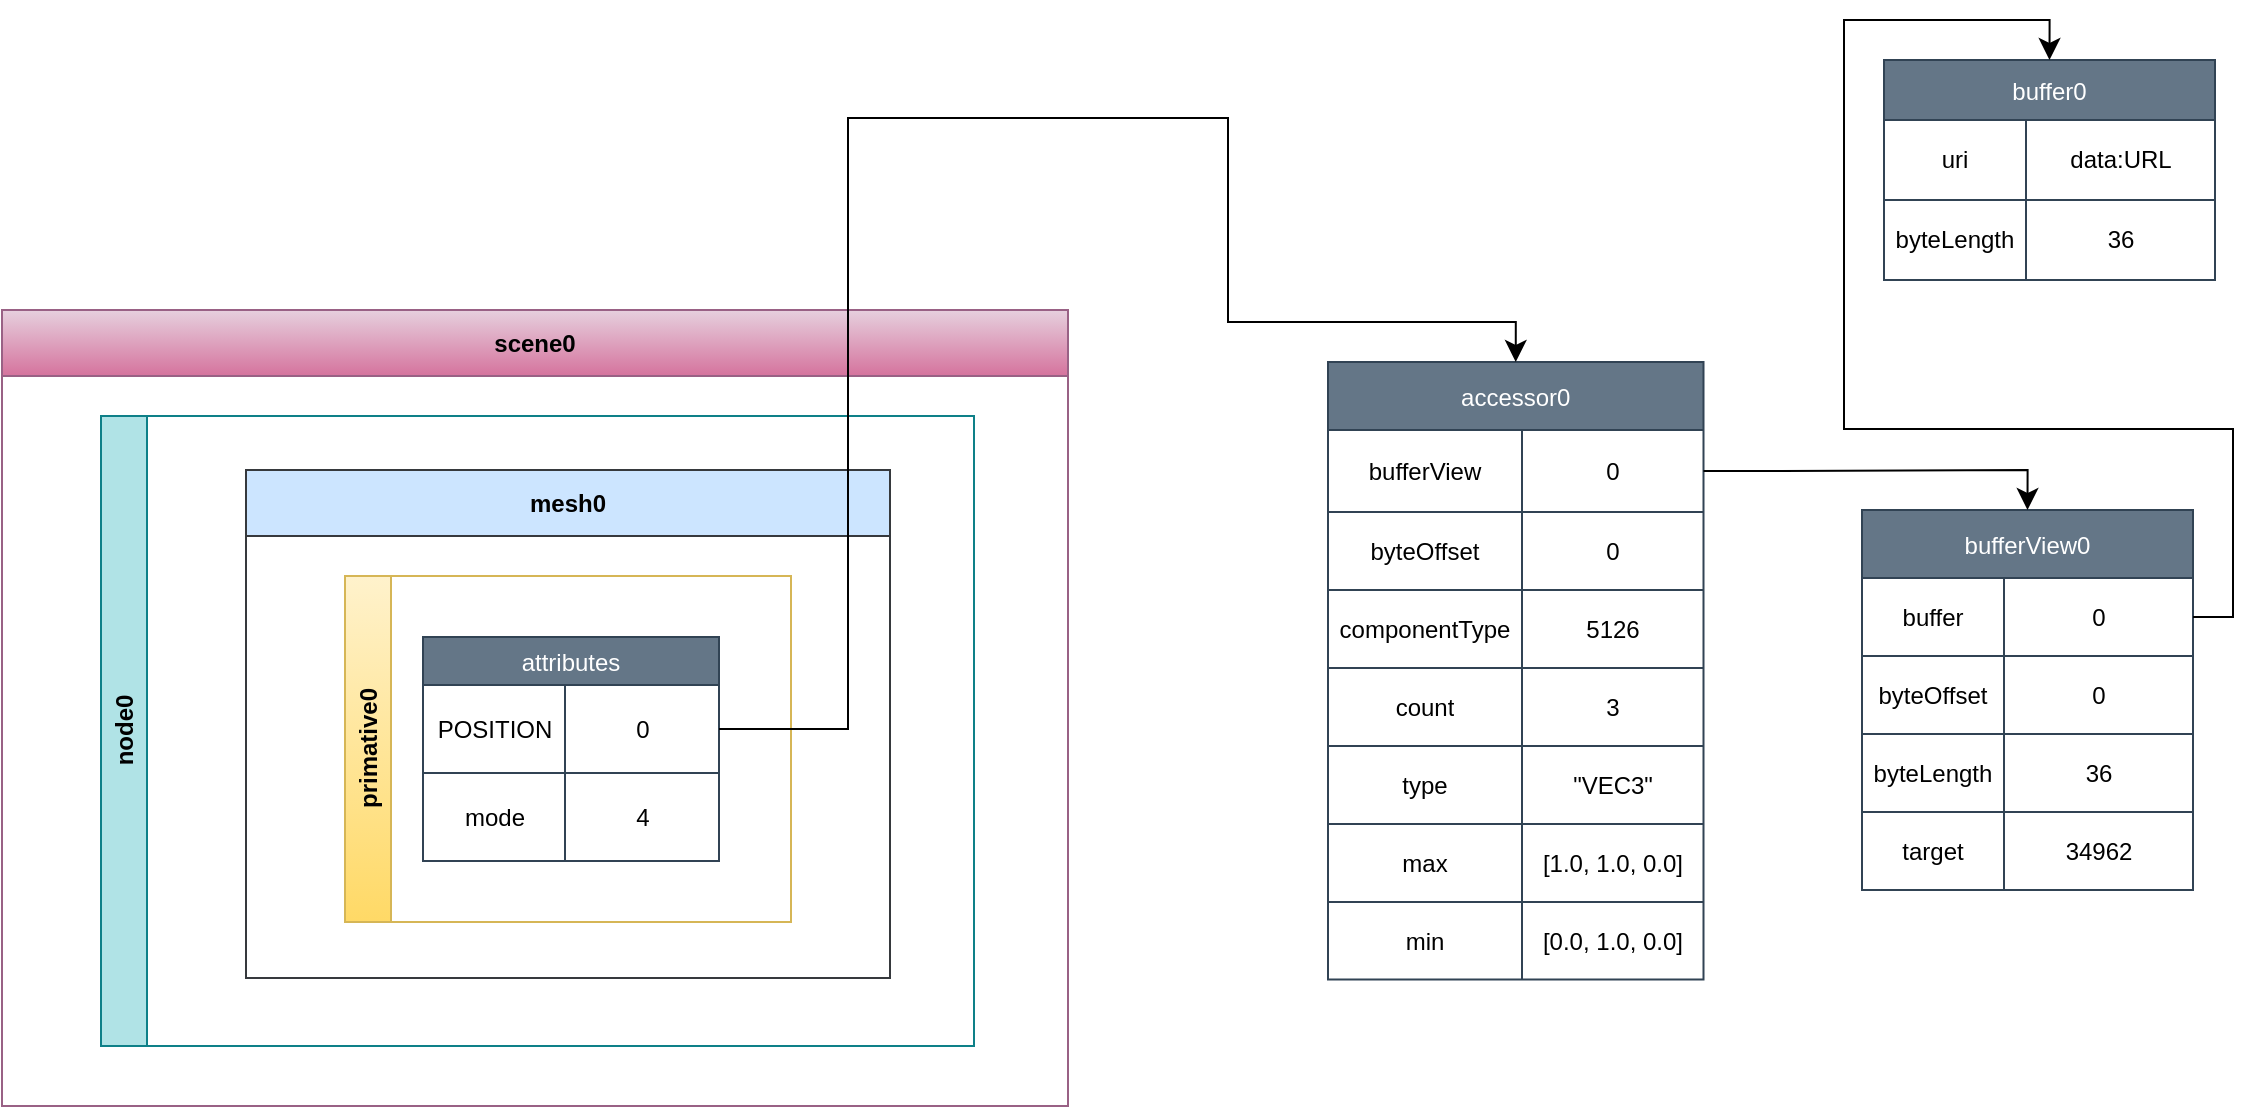
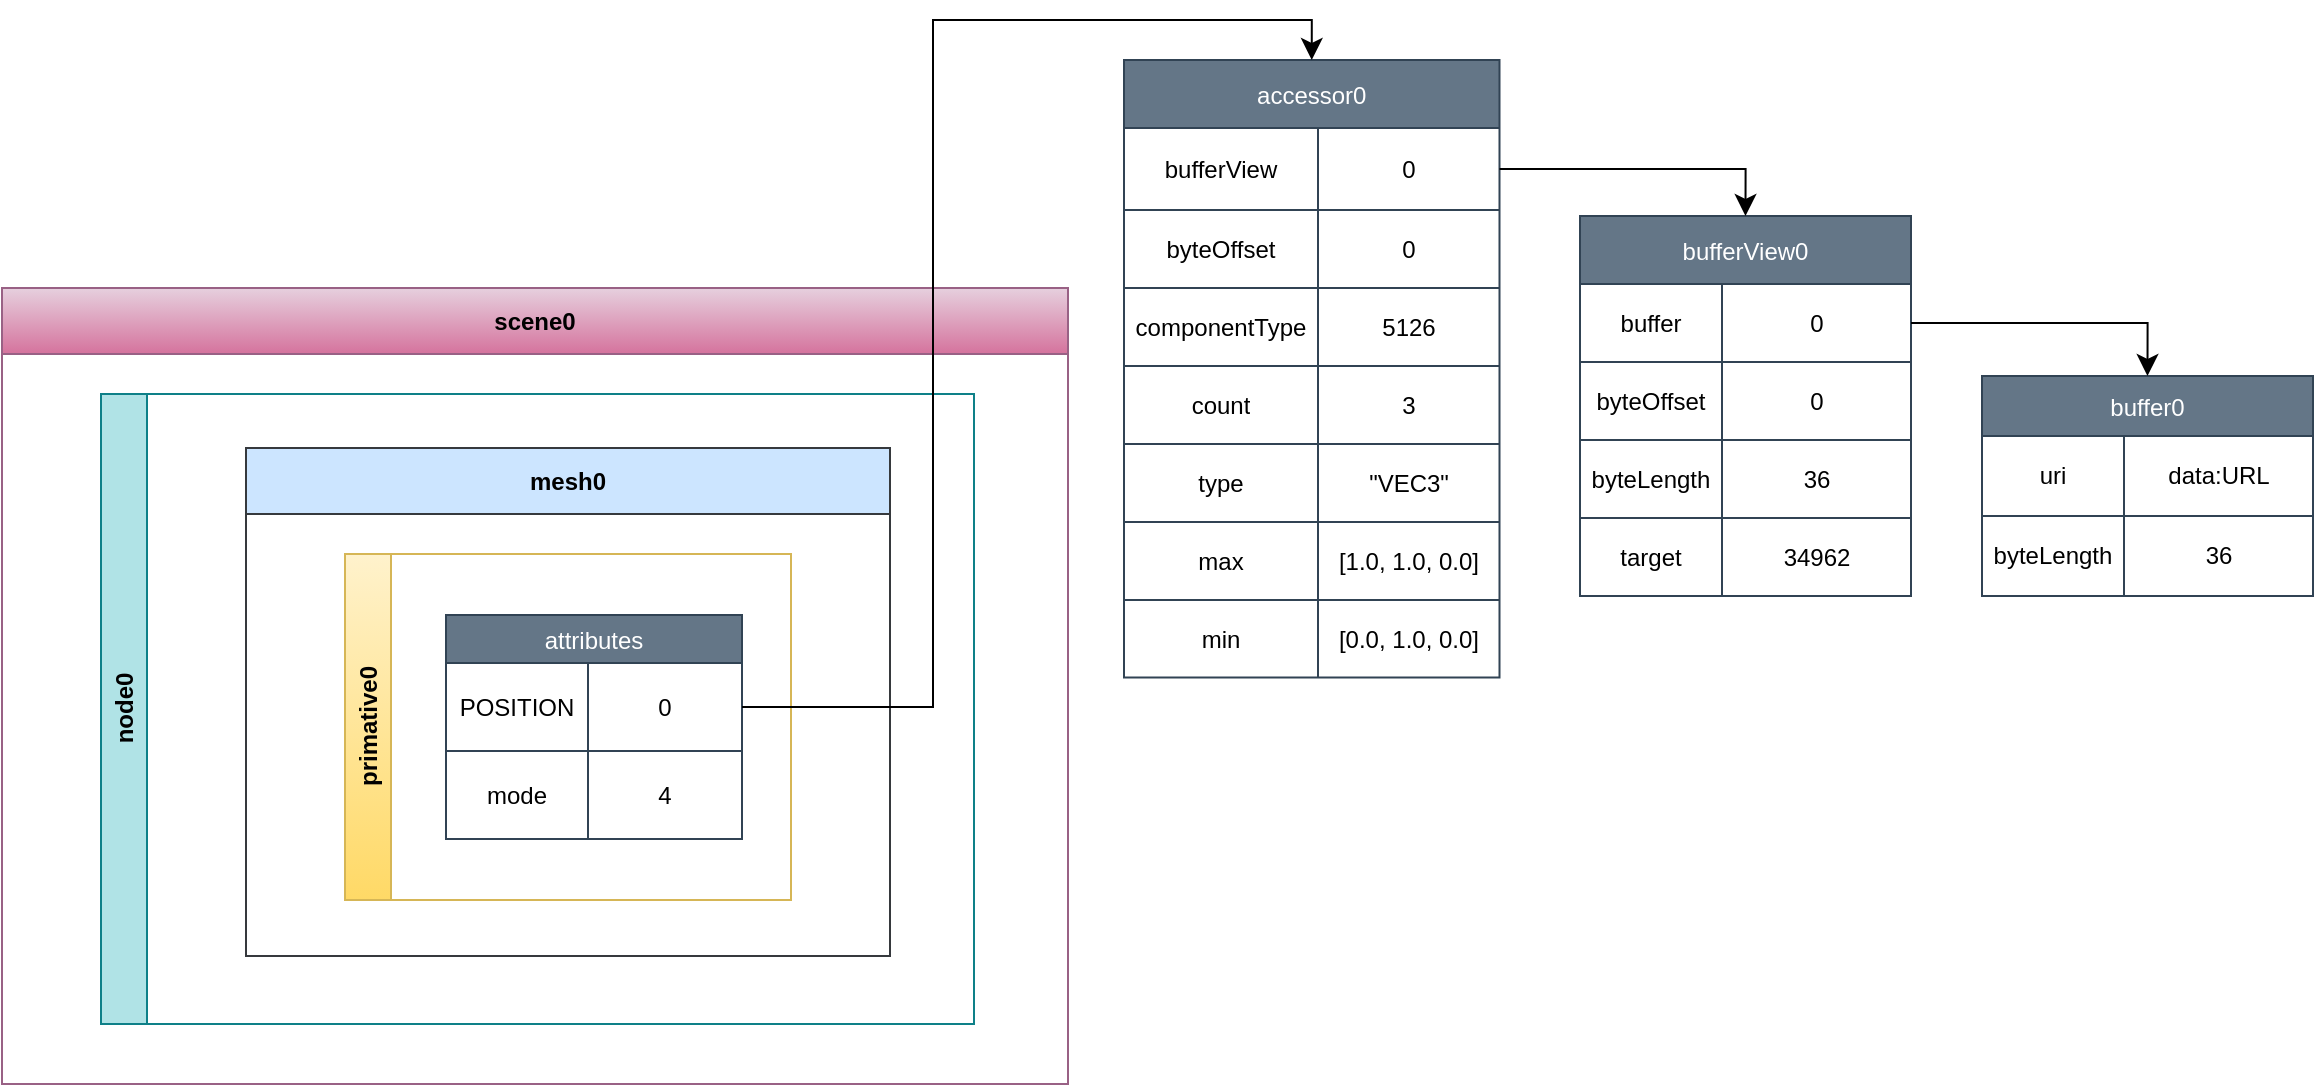
<mxfile host="app.diagrams.net">
  <diagram id="BZvedy4mBk2RI_J5c_5u" name="第 1 页">
-     <mxGraphModel dx="2319" dy="1356" grid="0" gridSize="10" guides="1" tooltips="1" connect="1" arrows="1" fold="1" page="0" pageScale="1" pageWidth="827" pageHeight="1169" math="0" shadow="0">
+     <mxGraphModel dx="2558" dy="1356" grid="0" gridSize="10" guides="1" tooltips="1" connect="1" arrows="1" fold="1" page="0" pageScale="1" pageWidth="827" pageHeight="1169" math="0" shadow="0">
      <root>
        <mxCell id="0" />
        <mxCell id="1" parent="0" />
        <mxCell id="-Ds3_SINnqwqFCvs20sv-1" parent="1" style="shape=table;startSize=30;container=1;collapsible=0;childLayout=tableLayout;fixedHeader=1;fillColor=#647687;fontColor=#ffffff;strokeColor=#314354;" value="buffer0" vertex="1">
-           <mxGeometry height="110" width="165.5" x="-1" y="-129" as="geometry" />
+           <mxGeometry height="110" width="165.5" x="48" y="40" as="geometry" />
        </mxCell>
        <mxCell id="-Ds3_SINnqwqFCvs20sv-2" parent="-Ds3_SINnqwqFCvs20sv-1" style="shape=tableRow;horizontal=0;startSize=0;swimlaneHead=0;swimlaneBody=0;strokeColor=inherit;top=0;left=0;bottom=0;right=0;collapsible=0;dropTarget=0;fillColor=none;points=[[0,0.5],[1,0.5]];portConstraint=eastwest;fixedHeader=1;" value="" vertex="1">
          <mxGeometry height="40" width="165.5" y="30" as="geometry" />
        </mxCell>
        <mxCell id="-Ds3_SINnqwqFCvs20sv-3" parent="-Ds3_SINnqwqFCvs20sv-2" style="shape=partialRectangle;html=1;whiteSpace=wrap;connectable=0;strokeColor=inherit;overflow=hidden;fillColor=none;top=0;left=0;bottom=0;right=0;pointerEvents=1;align=center;" value="uri" vertex="1">
          <mxGeometry height="40" width="71" as="geometry">
            <mxRectangle height="40" width="71" as="alternateBounds" />
          </mxGeometry>
        </mxCell>
        <mxCell id="-Ds3_SINnqwqFCvs20sv-4" parent="-Ds3_SINnqwqFCvs20sv-2" style="shape=partialRectangle;html=1;whiteSpace=wrap;connectable=0;strokeColor=inherit;overflow=hidden;fillColor=none;top=0;left=0;bottom=0;right=0;pointerEvents=1;" value="data:URL" vertex="1">
          <mxGeometry height="40" width="95" x="71" as="geometry">
            <mxRectangle height="40" width="95" as="alternateBounds" />
          </mxGeometry>
        </mxCell>
        <mxCell id="-Ds3_SINnqwqFCvs20sv-5" parent="-Ds3_SINnqwqFCvs20sv-1" style="shape=tableRow;horizontal=0;startSize=0;swimlaneHead=0;swimlaneBody=0;strokeColor=inherit;top=0;left=0;bottom=0;right=0;collapsible=0;dropTarget=0;fillColor=none;points=[[0,0.5],[1,0.5]];portConstraint=eastwest;fixedHeader=1;" value="" vertex="1">
          <mxGeometry height="40" width="165.5" y="70" as="geometry" />
        </mxCell>
        <mxCell id="-Ds3_SINnqwqFCvs20sv-6" parent="-Ds3_SINnqwqFCvs20sv-5" style="shape=partialRectangle;html=1;whiteSpace=wrap;connectable=0;strokeColor=inherit;overflow=hidden;fillColor=none;top=0;left=0;bottom=0;right=0;pointerEvents=1;align=center;" value="byteLength" vertex="1">
          <mxGeometry height="40" width="71" as="geometry">
            <mxRectangle height="40" width="71" as="alternateBounds" />
          </mxGeometry>
        </mxCell>
        <mxCell id="-Ds3_SINnqwqFCvs20sv-7" parent="-Ds3_SINnqwqFCvs20sv-5" style="shape=partialRectangle;html=1;whiteSpace=wrap;connectable=0;strokeColor=inherit;overflow=hidden;fillColor=none;top=0;left=0;bottom=0;right=0;pointerEvents=1;" value="36" vertex="1">
          <mxGeometry height="40" width="95" x="71" as="geometry">
            <mxRectangle height="40" width="95" as="alternateBounds" />
          </mxGeometry>
        </mxCell>
        <mxCell id="IMBELnrVSliVJA-H-ImH-1" parent="1" style="shape=table;startSize=34;container=1;collapsible=0;childLayout=tableLayout;fixedHeader=1;fillColor=#647687;fontColor=#ffffff;strokeColor=#314354;" value="bufferView0" vertex="1">
-           <mxGeometry height="190" width="165.5" x="-12" y="96" as="geometry" />
+           <mxGeometry height="190" width="165.5" x="-153" y="-40" as="geometry" />
        </mxCell>
        <mxCell id="IMBELnrVSliVJA-H-ImH-2" parent="IMBELnrVSliVJA-H-ImH-1" style="shape=tableRow;horizontal=0;startSize=0;swimlaneHead=0;swimlaneBody=0;strokeColor=inherit;top=0;left=0;bottom=0;right=0;collapsible=0;dropTarget=0;fillColor=none;points=[[0,0.5],[1,0.5]];portConstraint=eastwest;fixedHeader=1;" value="" vertex="1">
          <mxGeometry height="39" width="165.5" y="34" as="geometry" />
        </mxCell>
        <mxCell id="IMBELnrVSliVJA-H-ImH-3" parent="IMBELnrVSliVJA-H-ImH-2" style="shape=partialRectangle;html=1;whiteSpace=wrap;connectable=0;strokeColor=inherit;overflow=hidden;fillColor=none;top=0;left=0;bottom=0;right=0;pointerEvents=1;align=center;" value="buffer" vertex="1">
          <mxGeometry height="39" width="71" as="geometry">
            <mxRectangle height="39" width="71" as="alternateBounds" />
          </mxGeometry>
        </mxCell>
        <mxCell id="IMBELnrVSliVJA-H-ImH-4" parent="IMBELnrVSliVJA-H-ImH-2" style="shape=partialRectangle;html=1;whiteSpace=wrap;connectable=0;strokeColor=inherit;overflow=hidden;fillColor=none;top=0;left=0;bottom=0;right=0;pointerEvents=1;" value="0" vertex="1">
          <mxGeometry height="39" width="95" x="71" as="geometry">
            <mxRectangle height="39" width="95" as="alternateBounds" />
          </mxGeometry>
        </mxCell>
        <mxCell id="IMBELnrVSliVJA-H-ImH-5" parent="IMBELnrVSliVJA-H-ImH-1" style="shape=tableRow;horizontal=0;startSize=0;swimlaneHead=0;swimlaneBody=0;strokeColor=inherit;top=0;left=0;bottom=0;right=0;collapsible=0;dropTarget=0;fillColor=none;points=[[0,0.5],[1,0.5]];portConstraint=eastwest;fixedHeader=1;" value="" vertex="1">
          <mxGeometry height="39" width="165.5" y="73" as="geometry" />
        </mxCell>
        <mxCell id="IMBELnrVSliVJA-H-ImH-6" parent="IMBELnrVSliVJA-H-ImH-5" style="shape=partialRectangle;html=1;whiteSpace=wrap;connectable=0;strokeColor=inherit;overflow=hidden;fillColor=none;top=0;left=0;bottom=0;right=0;pointerEvents=1;align=center;" value="byteOffset" vertex="1">
          <mxGeometry height="39" width="71" as="geometry">
            <mxRectangle height="39" width="71" as="alternateBounds" />
          </mxGeometry>
        </mxCell>
        <mxCell id="IMBELnrVSliVJA-H-ImH-7" parent="IMBELnrVSliVJA-H-ImH-5" style="shape=partialRectangle;html=1;whiteSpace=wrap;connectable=0;strokeColor=inherit;overflow=hidden;fillColor=none;top=0;left=0;bottom=0;right=0;pointerEvents=1;" value="0" vertex="1">
          <mxGeometry height="39" width="95" x="71" as="geometry">
            <mxRectangle height="39" width="95" as="alternateBounds" />
          </mxGeometry>
        </mxCell>
        <mxCell id="IMBELnrVSliVJA-H-ImH-8" parent="IMBELnrVSliVJA-H-ImH-1" style="shape=tableRow;horizontal=0;startSize=0;swimlaneHead=0;swimlaneBody=0;strokeColor=inherit;top=0;left=0;bottom=0;right=0;collapsible=0;dropTarget=0;fillColor=none;points=[[0,0.5],[1,0.5]];portConstraint=eastwest;fixedHeader=1;" vertex="1">
          <mxGeometry height="39" width="165.5" y="112" as="geometry" />
        </mxCell>
        <mxCell id="IMBELnrVSliVJA-H-ImH-9" parent="IMBELnrVSliVJA-H-ImH-8" style="shape=partialRectangle;html=1;whiteSpace=wrap;connectable=0;strokeColor=inherit;overflow=hidden;fillColor=none;top=0;left=0;bottom=0;right=0;pointerEvents=1;align=center;" value="byteLength" vertex="1">
          <mxGeometry height="39" width="71" as="geometry">
            <mxRectangle height="39" width="71" as="alternateBounds" />
          </mxGeometry>
        </mxCell>
        <mxCell id="IMBELnrVSliVJA-H-ImH-10" parent="IMBELnrVSliVJA-H-ImH-8" style="shape=partialRectangle;html=1;whiteSpace=wrap;connectable=0;strokeColor=inherit;overflow=hidden;fillColor=none;top=0;left=0;bottom=0;right=0;pointerEvents=1;" value="36" vertex="1">
          <mxGeometry height="39" width="95" x="71" as="geometry">
            <mxRectangle height="39" width="95" as="alternateBounds" />
          </mxGeometry>
        </mxCell>
        <mxCell id="IMBELnrVSliVJA-H-ImH-11" parent="IMBELnrVSliVJA-H-ImH-1" style="shape=tableRow;horizontal=0;startSize=0;swimlaneHead=0;swimlaneBody=0;strokeColor=inherit;top=0;left=0;bottom=0;right=0;collapsible=0;dropTarget=0;fillColor=none;points=[[0,0.5],[1,0.5]];portConstraint=eastwest;fixedHeader=1;" vertex="1">
          <mxGeometry height="39" width="165.5" y="151" as="geometry" />
        </mxCell>
        <mxCell id="IMBELnrVSliVJA-H-ImH-12" parent="IMBELnrVSliVJA-H-ImH-11" style="shape=partialRectangle;html=1;whiteSpace=wrap;connectable=0;strokeColor=inherit;overflow=hidden;fillColor=none;top=0;left=0;bottom=0;right=0;pointerEvents=1;align=center;" value="target" vertex="1">
          <mxGeometry height="39" width="71" as="geometry">
            <mxRectangle height="39" width="71" as="alternateBounds" />
          </mxGeometry>
        </mxCell>
        <mxCell id="IMBELnrVSliVJA-H-ImH-13" parent="IMBELnrVSliVJA-H-ImH-11" style="shape=partialRectangle;html=1;whiteSpace=wrap;connectable=0;strokeColor=inherit;overflow=hidden;fillColor=none;top=0;left=0;bottom=0;right=0;pointerEvents=1;" value="34962" vertex="1">
          <mxGeometry height="39" width="95" x="71" as="geometry">
            <mxRectangle height="39" width="95" as="alternateBounds" />
          </mxGeometry>
        </mxCell>
        <mxCell id="IMBELnrVSliVJA-H-ImH-15" edge="1" parent="1" source="IMBELnrVSliVJA-H-ImH-2" style="edgeStyle=orthogonalEdgeStyle;rounded=0;orthogonalLoop=1;jettySize=auto;html=1;fontSize=12;startSize=8;endSize=8;exitX=1;exitY=0.5;exitDx=0;exitDy=0;entryX=0.5;entryY=0;entryDx=0;entryDy=0;" target="-Ds3_SINnqwqFCvs20sv-1">
          <mxGeometry relative="1" as="geometry" />
        </mxCell>
        <mxCell id="IMBELnrVSliVJA-H-ImH-16" parent="1" style="shape=table;startSize=34;container=1;collapsible=0;childLayout=tableLayout;fixedHeader=1;fillColor=#647687;fontColor=#ffffff;strokeColor=#314354;" value="accessor0" vertex="1">
-           <mxGeometry height="308.75" width="187.75" x="-279" y="22" as="geometry" />
+           <mxGeometry height="308.75" width="187.75" x="-381" y="-118" as="geometry" />
        </mxCell>
        <mxCell id="IMBELnrVSliVJA-H-ImH-17" parent="IMBELnrVSliVJA-H-ImH-16" style="shape=tableRow;horizontal=0;startSize=0;swimlaneHead=0;swimlaneBody=0;strokeColor=inherit;top=0;left=0;bottom=0;right=0;collapsible=0;dropTarget=0;fillColor=none;points=[[0,0.5],[1,0.5]];portConstraint=eastwest;fixedHeader=1;" value="" vertex="1">
          <mxGeometry height="41" width="187.75" y="34" as="geometry" />
        </mxCell>
        <mxCell id="IMBELnrVSliVJA-H-ImH-18" parent="IMBELnrVSliVJA-H-ImH-17" style="shape=partialRectangle;html=1;whiteSpace=wrap;connectable=0;strokeColor=inherit;overflow=hidden;fillColor=none;top=0;left=0;bottom=0;right=0;pointerEvents=1;align=center;" value="bufferView" vertex="1">
          <mxGeometry height="41" width="97" as="geometry">
            <mxRectangle height="41" width="97" as="alternateBounds" />
          </mxGeometry>
        </mxCell>
        <mxCell id="IMBELnrVSliVJA-H-ImH-19" parent="IMBELnrVSliVJA-H-ImH-17" style="shape=partialRectangle;html=1;whiteSpace=wrap;connectable=0;strokeColor=inherit;overflow=hidden;fillColor=none;top=0;left=0;bottom=0;right=0;pointerEvents=1;" value="0" vertex="1">
          <mxGeometry height="41" width="91" x="97" as="geometry">
            <mxRectangle height="41" width="91" as="alternateBounds" />
          </mxGeometry>
        </mxCell>
        <mxCell id="IMBELnrVSliVJA-H-ImH-20" parent="IMBELnrVSliVJA-H-ImH-16" style="shape=tableRow;horizontal=0;startSize=0;swimlaneHead=0;swimlaneBody=0;strokeColor=inherit;top=0;left=0;bottom=0;right=0;collapsible=0;dropTarget=0;fillColor=none;points=[[0,0.5],[1,0.5]];portConstraint=eastwest;fixedHeader=1;" value="" vertex="1">
          <mxGeometry height="39" width="187.75" y="75" as="geometry" />
        </mxCell>
        <mxCell id="IMBELnrVSliVJA-H-ImH-21" parent="IMBELnrVSliVJA-H-ImH-20" style="shape=partialRectangle;html=1;whiteSpace=wrap;connectable=0;strokeColor=inherit;overflow=hidden;fillColor=none;top=0;left=0;bottom=0;right=0;pointerEvents=1;align=center;" value="byteOffset" vertex="1">
          <mxGeometry height="39" width="97" as="geometry">
            <mxRectangle height="39" width="97" as="alternateBounds" />
          </mxGeometry>
        </mxCell>
        <mxCell id="IMBELnrVSliVJA-H-ImH-22" parent="IMBELnrVSliVJA-H-ImH-20" style="shape=partialRectangle;html=1;whiteSpace=wrap;connectable=0;strokeColor=inherit;overflow=hidden;fillColor=none;top=0;left=0;bottom=0;right=0;pointerEvents=1;" value="0" vertex="1">
          <mxGeometry height="39" width="91" x="97" as="geometry">
            <mxRectangle height="39" width="91" as="alternateBounds" />
          </mxGeometry>
        </mxCell>
        <mxCell id="IMBELnrVSliVJA-H-ImH-23" parent="IMBELnrVSliVJA-H-ImH-16" style="shape=tableRow;horizontal=0;startSize=0;swimlaneHead=0;swimlaneBody=0;strokeColor=inherit;top=0;left=0;bottom=0;right=0;collapsible=0;dropTarget=0;fillColor=none;points=[[0,0.5],[1,0.5]];portConstraint=eastwest;fixedHeader=1;" vertex="1">
          <mxGeometry height="39" width="187.75" y="114" as="geometry" />
        </mxCell>
        <mxCell id="IMBELnrVSliVJA-H-ImH-24" parent="IMBELnrVSliVJA-H-ImH-23" style="shape=partialRectangle;html=1;whiteSpace=wrap;connectable=0;strokeColor=inherit;overflow=hidden;fillColor=none;top=0;left=0;bottom=0;right=0;pointerEvents=1;align=center;" value="componentType" vertex="1">
          <mxGeometry height="39" width="97" as="geometry">
            <mxRectangle height="39" width="97" as="alternateBounds" />
          </mxGeometry>
        </mxCell>
        <mxCell id="IMBELnrVSliVJA-H-ImH-25" parent="IMBELnrVSliVJA-H-ImH-23" style="shape=partialRectangle;html=1;whiteSpace=wrap;connectable=0;strokeColor=inherit;overflow=hidden;fillColor=none;top=0;left=0;bottom=0;right=0;pointerEvents=1;" value="5126" vertex="1">
          <mxGeometry height="39" width="91" x="97" as="geometry">
            <mxRectangle height="39" width="91" as="alternateBounds" />
          </mxGeometry>
        </mxCell>
        <mxCell id="IMBELnrVSliVJA-H-ImH-26" parent="IMBELnrVSliVJA-H-ImH-16" style="shape=tableRow;horizontal=0;startSize=0;swimlaneHead=0;swimlaneBody=0;strokeColor=inherit;top=0;left=0;bottom=0;right=0;collapsible=0;dropTarget=0;fillColor=none;points=[[0,0.5],[1,0.5]];portConstraint=eastwest;fixedHeader=1;" vertex="1">
          <mxGeometry height="39" width="187.75" y="153" as="geometry" />
        </mxCell>
        <mxCell id="IMBELnrVSliVJA-H-ImH-27" parent="IMBELnrVSliVJA-H-ImH-26" style="shape=partialRectangle;html=1;whiteSpace=wrap;connectable=0;strokeColor=inherit;overflow=hidden;fillColor=none;top=0;left=0;bottom=0;right=0;pointerEvents=1;align=center;" value="count" vertex="1">
          <mxGeometry height="39" width="97" as="geometry">
            <mxRectangle height="39" width="97" as="alternateBounds" />
          </mxGeometry>
        </mxCell>
        <mxCell id="IMBELnrVSliVJA-H-ImH-28" parent="IMBELnrVSliVJA-H-ImH-26" style="shape=partialRectangle;html=1;whiteSpace=wrap;connectable=0;strokeColor=inherit;overflow=hidden;fillColor=none;top=0;left=0;bottom=0;right=0;pointerEvents=1;" value="3" vertex="1">
          <mxGeometry height="39" width="91" x="97" as="geometry">
            <mxRectangle height="39" width="91" as="alternateBounds" />
          </mxGeometry>
        </mxCell>
        <mxCell id="IMBELnrVSliVJA-H-ImH-29" parent="IMBELnrVSliVJA-H-ImH-16" style="shape=tableRow;horizontal=0;startSize=0;swimlaneHead=0;swimlaneBody=0;strokeColor=inherit;top=0;left=0;bottom=0;right=0;collapsible=0;dropTarget=0;fillColor=none;points=[[0,0.5],[1,0.5]];portConstraint=eastwest;fixedHeader=1;" vertex="1">
          <mxGeometry height="39" width="187.75" y="192" as="geometry" />
        </mxCell>
        <mxCell id="IMBELnrVSliVJA-H-ImH-30" parent="IMBELnrVSliVJA-H-ImH-29" style="shape=partialRectangle;html=1;whiteSpace=wrap;connectable=0;strokeColor=inherit;overflow=hidden;fillColor=none;top=0;left=0;bottom=0;right=0;pointerEvents=1;align=center;" value="type" vertex="1">
          <mxGeometry height="39" width="97" as="geometry">
            <mxRectangle height="39" width="97" as="alternateBounds" />
          </mxGeometry>
        </mxCell>
        <mxCell id="IMBELnrVSliVJA-H-ImH-31" parent="IMBELnrVSliVJA-H-ImH-29" style="shape=partialRectangle;html=1;whiteSpace=wrap;connectable=0;strokeColor=inherit;overflow=hidden;fillColor=none;top=0;left=0;bottom=0;right=0;pointerEvents=1;" value="&quot;VEC3&quot;" vertex="1">
          <mxGeometry height="39" width="91" x="97" as="geometry">
            <mxRectangle height="39" width="91" as="alternateBounds" />
          </mxGeometry>
        </mxCell>
        <mxCell id="IMBELnrVSliVJA-H-ImH-32" parent="IMBELnrVSliVJA-H-ImH-16" style="shape=tableRow;horizontal=0;startSize=0;swimlaneHead=0;swimlaneBody=0;strokeColor=inherit;top=0;left=0;bottom=0;right=0;collapsible=0;dropTarget=0;fillColor=none;points=[[0,0.5],[1,0.5]];portConstraint=eastwest;fixedHeader=1;" vertex="1">
          <mxGeometry height="39" width="187.75" y="231" as="geometry" />
        </mxCell>
        <mxCell id="IMBELnrVSliVJA-H-ImH-33" parent="IMBELnrVSliVJA-H-ImH-32" style="shape=partialRectangle;html=1;whiteSpace=wrap;connectable=0;strokeColor=inherit;overflow=hidden;fillColor=none;top=0;left=0;bottom=0;right=0;pointerEvents=1;align=center;" value="max" vertex="1">
          <mxGeometry height="39" width="97" as="geometry">
            <mxRectangle height="39" width="97" as="alternateBounds" />
          </mxGeometry>
        </mxCell>
        <mxCell id="IMBELnrVSliVJA-H-ImH-34" parent="IMBELnrVSliVJA-H-ImH-32" style="shape=partialRectangle;html=1;whiteSpace=wrap;connectable=0;strokeColor=inherit;overflow=hidden;fillColor=none;top=0;left=0;bottom=0;right=0;pointerEvents=1;" value="[1.0, 1.0, 0.0]" vertex="1">
          <mxGeometry height="39" width="91" x="97" as="geometry">
            <mxRectangle height="39" width="91" as="alternateBounds" />
          </mxGeometry>
        </mxCell>
        <mxCell id="IMBELnrVSliVJA-H-ImH-35" parent="IMBELnrVSliVJA-H-ImH-16" style="shape=tableRow;horizontal=0;startSize=0;swimlaneHead=0;swimlaneBody=0;strokeColor=inherit;top=0;left=0;bottom=0;right=0;collapsible=0;dropTarget=0;fillColor=none;points=[[0,0.5],[1,0.5]];portConstraint=eastwest;fixedHeader=1;" vertex="1">
          <mxGeometry height="39" width="187.75" y="270" as="geometry" />
        </mxCell>
        <mxCell id="IMBELnrVSliVJA-H-ImH-36" parent="IMBELnrVSliVJA-H-ImH-35" style="shape=partialRectangle;html=1;whiteSpace=wrap;connectable=0;strokeColor=inherit;overflow=hidden;fillColor=none;top=0;left=0;bottom=0;right=0;pointerEvents=1;align=center;" value="min" vertex="1">
          <mxGeometry height="39" width="97" as="geometry">
            <mxRectangle height="39" width="97" as="alternateBounds" />
          </mxGeometry>
        </mxCell>
        <mxCell id="IMBELnrVSliVJA-H-ImH-37" parent="IMBELnrVSliVJA-H-ImH-35" style="shape=partialRectangle;html=1;whiteSpace=wrap;connectable=0;strokeColor=inherit;overflow=hidden;fillColor=none;top=0;left=0;bottom=0;right=0;pointerEvents=1;" value="[0.0, 1.0, 0.0]" vertex="1">
          <mxGeometry height="39" width="91" x="97" as="geometry">
            <mxRectangle height="39" width="91" as="alternateBounds" />
          </mxGeometry>
        </mxCell>
        <mxCell id="IMBELnrVSliVJA-H-ImH-38" edge="1" parent="1" source="IMBELnrVSliVJA-H-ImH-17" style="edgeStyle=orthogonalEdgeStyle;rounded=0;orthogonalLoop=1;jettySize=auto;html=1;entryX=0.5;entryY=0;entryDx=0;entryDy=0;fontSize=12;startSize=8;endSize=8;exitX=1;exitY=0.5;exitDx=0;exitDy=0;" target="IMBELnrVSliVJA-H-ImH-1">
          <mxGeometry relative="1" as="geometry" />
        </mxCell>
        <mxCell id="GIUIsMX7UZoavufT8lRc-1" parent="1" style="swimlane;whiteSpace=wrap;html=1;startSize=33;strokeColor=#996185;labelBackgroundColor=none;labelBorderColor=none;fillColor=#e6d0de;gradientColor=#d5739d;" value="&lt;span style=&quot;color: light-dark(rgb(0, 0, 0), rgb(102, 255, 179));&quot;&gt;scene0&lt;/span&gt;" vertex="1">
          <mxGeometry height="398" width="533" x="-942" y="-4" as="geometry" />
        </mxCell>
-         <mxCell id="GIUIsMX7UZoavufT8lRc-2" parent="GIUIsMX7UZoavufT8lRc-1" style="swimlane;horizontal=0;whiteSpace=wrap;html=1;fillColor=#b0e3e6;strokeColor=#0e8088;" value="&lt;span style=&quot;color: light-dark(rgb(0, 0, 0), rgb(102, 102, 255));&quot;&gt;node0&lt;/span&gt;" vertex="1">
+         <mxCell id="GIUIsMX7UZoavufT8lRc-2" parent="GIUIsMX7UZoavufT8lRc-1" style="swimlane;horizontal=0;whiteSpace=wrap;html=1;fillColor=#b0e3e6;strokeColor=#0e8088;" value="&lt;span style=&quot;color: light-dark(rgb(0, 0, 0), rgb(102, 255, 179));&quot;&gt;node0&lt;/span&gt;" vertex="1">
          <mxGeometry height="315" width="436.5" x="49.5" y="53" as="geometry" />
        </mxCell>
-         <mxCell id="oYlXVEz9eKNw0EBKh330-92" parent="GIUIsMX7UZoavufT8lRc-2" style="swimlane;whiteSpace=wrap;html=1;startSize=33;strokeColor=#36393d;fillColor=#cce5ff;" value="mesh0" vertex="1">
+         <mxCell id="oYlXVEz9eKNw0EBKh330-92" parent="GIUIsMX7UZoavufT8lRc-2" style="swimlane;whiteSpace=wrap;html=1;startSize=33;strokeColor=#36393d;fillColor=#cce5ff;" value="&lt;span style=&quot;color: light-dark(rgb(0, 0, 0), rgb(102, 255, 179));&quot;&gt;mesh0&lt;/span&gt;" vertex="1">
          <mxGeometry height="254" width="322" x="72.5" y="27" as="geometry" />
        </mxCell>
-         <mxCell id="oYlXVEz9eKNw0EBKh330-96" parent="oYlXVEz9eKNw0EBKh330-92" style="swimlane;horizontal=0;whiteSpace=wrap;html=1;fillColor=#fff2cc;gradientColor=#ffd966;strokeColor=#d6b656;" value="primative0" vertex="1">
+         <mxCell id="oYlXVEz9eKNw0EBKh330-96" parent="oYlXVEz9eKNw0EBKh330-92" style="swimlane;horizontal=0;whiteSpace=wrap;html=1;fillColor=#fff2cc;gradientColor=#ffd966;strokeColor=#d6b656;" value="&lt;span style=&quot;color: light-dark(rgb(0, 0, 0), rgb(102, 255, 179));&quot;&gt;primative0&lt;/span&gt;" vertex="1">
          <mxGeometry height="173" width="223" x="49.499999999999986" y="53" as="geometry" />
        </mxCell>
        <mxCell id="oYlXVEz9eKNw0EBKh330-4" parent="oYlXVEz9eKNw0EBKh330-96" style="shape=table;startSize=24;container=1;collapsible=0;childLayout=tableLayout;fixedHeader=1;fillColor=#647687;fontColor=#ffffff;strokeColor=#314354;" value="attributes" vertex="1">
-           <mxGeometry height="112" width="148" x="39" y="30.5" as="geometry" />
+           <mxGeometry height="112" width="148" x="50.5" y="30.5" as="geometry" />
        </mxCell>
        <mxCell id="oYlXVEz9eKNw0EBKh330-5" parent="oYlXVEz9eKNw0EBKh330-4" style="shape=tableRow;horizontal=0;startSize=0;swimlaneHead=0;swimlaneBody=0;strokeColor=inherit;top=0;left=0;bottom=0;right=0;collapsible=0;dropTarget=0;fillColor=none;points=[[0,0.5],[1,0.5]];portConstraint=eastwest;fixedHeader=1;" value="" vertex="1">
          <mxGeometry height="44" width="148" y="24" as="geometry" />
        </mxCell>
        <mxCell id="oYlXVEz9eKNw0EBKh330-6" parent="oYlXVEz9eKNw0EBKh330-5" style="shape=partialRectangle;html=1;whiteSpace=wrap;connectable=0;strokeColor=inherit;overflow=hidden;fillColor=none;top=0;left=0;bottom=0;right=0;pointerEvents=1;align=center;" value="POSITION" vertex="1">
          <mxGeometry height="44" width="71" as="geometry">
            <mxRectangle height="44" width="71" as="alternateBounds" />
          </mxGeometry>
        </mxCell>
        <mxCell id="oYlXVEz9eKNw0EBKh330-7" parent="oYlXVEz9eKNw0EBKh330-5" style="shape=partialRectangle;html=1;whiteSpace=wrap;connectable=0;strokeColor=inherit;overflow=hidden;fillColor=none;top=0;left=0;bottom=0;right=0;pointerEvents=1;" value="0" vertex="1">
          <mxGeometry height="44" width="77" x="71" as="geometry">
            <mxRectangle height="44" width="77" as="alternateBounds" />
          </mxGeometry>
        </mxCell>
        <mxCell id="oYlXVEz9eKNw0EBKh330-17" parent="oYlXVEz9eKNw0EBKh330-4" style="shape=tableRow;horizontal=0;startSize=0;swimlaneHead=0;swimlaneBody=0;strokeColor=inherit;top=0;left=0;bottom=0;right=0;collapsible=0;dropTarget=0;fillColor=none;points=[[0,0.5],[1,0.5]];portConstraint=eastwest;fixedHeader=1;" vertex="1">
          <mxGeometry height="44" width="148" y="68" as="geometry" />
        </mxCell>
        <mxCell id="oYlXVEz9eKNw0EBKh330-18" parent="oYlXVEz9eKNw0EBKh330-17" style="shape=partialRectangle;html=1;whiteSpace=wrap;connectable=0;strokeColor=inherit;overflow=hidden;fillColor=none;top=0;left=0;bottom=0;right=0;pointerEvents=1;align=center;" value="mode" vertex="1">
          <mxGeometry height="44" width="71" as="geometry">
            <mxRectangle height="44" width="71" as="alternateBounds" />
          </mxGeometry>
        </mxCell>
        <mxCell id="oYlXVEz9eKNw0EBKh330-19" parent="oYlXVEz9eKNw0EBKh330-17" style="shape=partialRectangle;html=1;whiteSpace=wrap;connectable=0;strokeColor=inherit;overflow=hidden;fillColor=none;top=0;left=0;bottom=0;right=0;pointerEvents=1;" value="4" vertex="1">
          <mxGeometry height="44" width="77" x="71" as="geometry">
            <mxRectangle height="44" width="77" as="alternateBounds" />
          </mxGeometry>
        </mxCell>
-         <mxCell id="oYlXVEz9eKNw0EBKh330-97" edge="1" parent="1" source="oYlXVEz9eKNw0EBKh330-5" style="edgeStyle=orthogonalEdgeStyle;rounded=0;orthogonalLoop=1;jettySize=auto;html=1;entryX=0.5;entryY=0;entryDx=0;entryDy=0;fontSize=12;startSize=8;endSize=8;exitX=1;exitY=0.5;exitDx=0;exitDy=0;strokeColor=light-dark(#000000,#808080);" target="IMBELnrVSliVJA-H-ImH-16">
-           <mxGeometry relative="1" as="geometry">
-             <Array as="points">
-               <mxPoint x="-519" y="206" />
-               <mxPoint x="-519" y="-100" />
-               <mxPoint x="-329" y="-100" />
-               <mxPoint x="-329" y="2" />
-               <mxPoint x="-185" y="2" />
-             </Array>
-           </mxGeometry>
+         <mxCell id="GIUIsMX7UZoavufT8lRc-10" edge="1" parent="1" source="oYlXVEz9eKNw0EBKh330-5" style="edgeStyle=orthogonalEdgeStyle;rounded=0;orthogonalLoop=1;jettySize=auto;html=1;entryX=0.5;entryY=0;entryDx=0;entryDy=0;fontSize=12;startSize=8;endSize=8;exitX=1;exitY=0.5;exitDx=0;exitDy=0;" target="IMBELnrVSliVJA-H-ImH-16">
+           <mxGeometry relative="1" as="geometry" />
        </mxCell>
      </root>
    </mxGraphModel>
  </diagram>
</mxfile>
